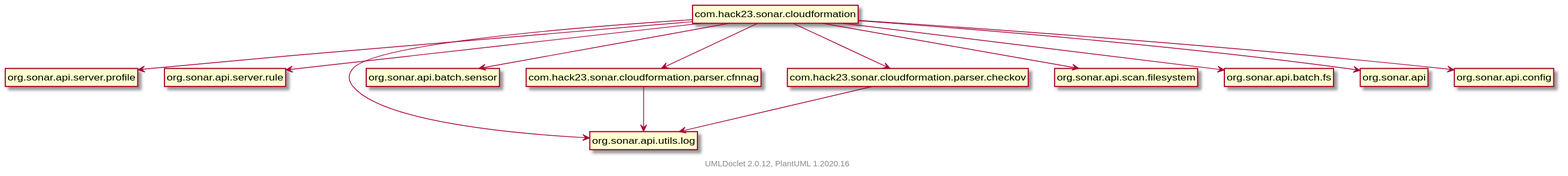
Before: apidocs/package-dependencies.svg, a diagram exported from PlantUML (Hack23/sonar-cloudformation-plugin).
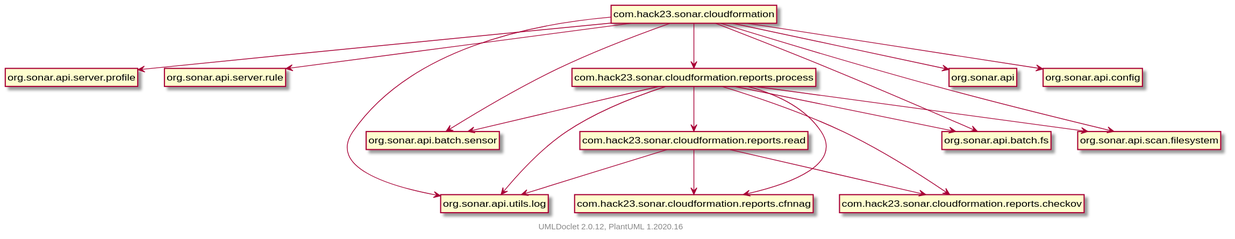
After the change.

Change to the diagram source:
```diff
@@ -8,20 +8,31 @@
     com.hack23.sonar.cloudformation --> org.sonar.api.server.rule
     com.hack23.sonar.cloudformation --> org.sonar.api.utils.log
     com.hack23.sonar.cloudformation --> org.sonar.api.batch.sensor
-    com.hack23.sonar.cloudformation --> com.hack23.sonar.cloudformation.parser.cfnnag
-    com.hack23.sonar.cloudformation --> com.hack23.sonar.cloudformation.parser.checkov
+    com.hack23.sonar.cloudformation --> com.hack23.sonar.cloudformation.reports.process
+    com.hack23.sonar.cloudformation --> org.sonar.api.batch.fs
     com.hack23.sonar.cloudformation --> org.sonar.api.scan.filesystem
-    com.hack23.sonar.cloudformation --> org.sonar.api.batch.fs
     com.hack23.sonar.cloudformation --> org.sonar.api
     com.hack23.sonar.cloudformation --> org.sonar.api.config
-    com.hack23.sonar.cloudformation.parser.checkov --> org.sonar.api.utils.log
-    com.hack23.sonar.cloudformation.parser.cfnnag --> org.sonar.api.utils.log
+    com.hack23.sonar.cloudformation.reports.read --> org.sonar.api.utils.log
+    com.hack23.sonar.cloudformation.reports.read --> com.hack23.sonar.cloudformation.reports.cfnnag
+    com.hack23.sonar.cloudformation.reports.read --> com.hack23.sonar.cloudformation.reports.checkov
+    com.hack23.sonar.cloudformation.reports.process --> org.sonar.api.utils.log
+    com.hack23.sonar.cloudformation.reports.process --> com.hack23.sonar.cloudformation.reports.read
+    com.hack23.sonar.cloudformation.reports.process --> org.sonar.api.scan.filesystem
+    com.hack23.sonar.cloudformation.reports.process --> org.sonar.api.batch.fs
+    com.hack23.sonar.cloudformation.reports.process --> org.sonar.api.batch.sensor
+    com.hack23.sonar.cloudformation.reports.process --> com.hack23.sonar.cloudformation.reports.checkov
+    com.hack23.sonar.cloudformation.reports.process --> com.hack23.sonar.cloudformation.reports.cfnnag
 
     class "com.hack23.sonar.cloudformation" [[com/hack23/sonar/cloudformation/package-summary.html]] {
     }
-    class "com.hack23.sonar.cloudformation.parser.cfnnag" [[com/hack23/sonar/cloudformation/parser/cfnnag/package-summary.html]] {
+    class "com.hack23.sonar.cloudformation.reports.process" [[com/hack23/sonar/cloudformation/reports/process/package-summary.html]] {
     }
-    class "com.hack23.sonar.cloudformation.parser.checkov" [[com/hack23/sonar/cloudformation/parser/checkov/package-summary.html]] {
+    class "com.hack23.sonar.cloudformation.reports.read" [[com/hack23/sonar/cloudformation/reports/read/package-summary.html]] {
+    }
+    class "com.hack23.sonar.cloudformation.reports.cfnnag" [[com/hack23/sonar/cloudformation/reports/cfnnag/package-summary.html]] {
+    }
+    class "com.hack23.sonar.cloudformation.reports.checkov" [[com/hack23/sonar/cloudformation/reports/checkov/package-summary.html]] {
     }
 
     center footer UMLDoclet 2.0.12, PlantUML 1.2020.16
```
